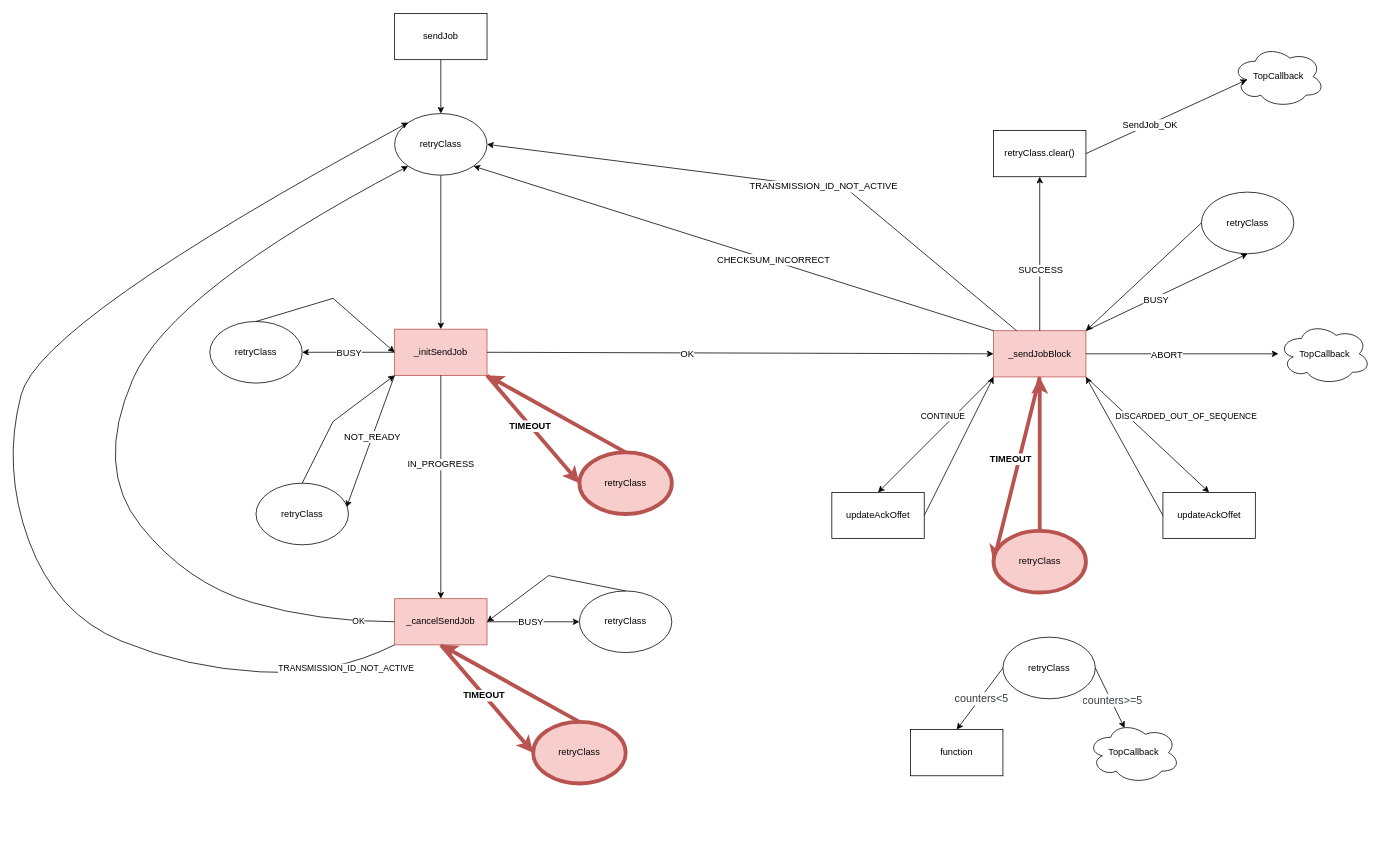
Earlier version of the draw.io diagram Untitled Diagram.drawio (woruyu/test). Source tidied: cells renumbered, new cells numbered last; positions are measured from the earlier drawing's top-left corner, leaving out a move shared by most shapes. Both pictures are drawn from the tidied source at 77%, with x=0, y=0 at pixel (2, 13).
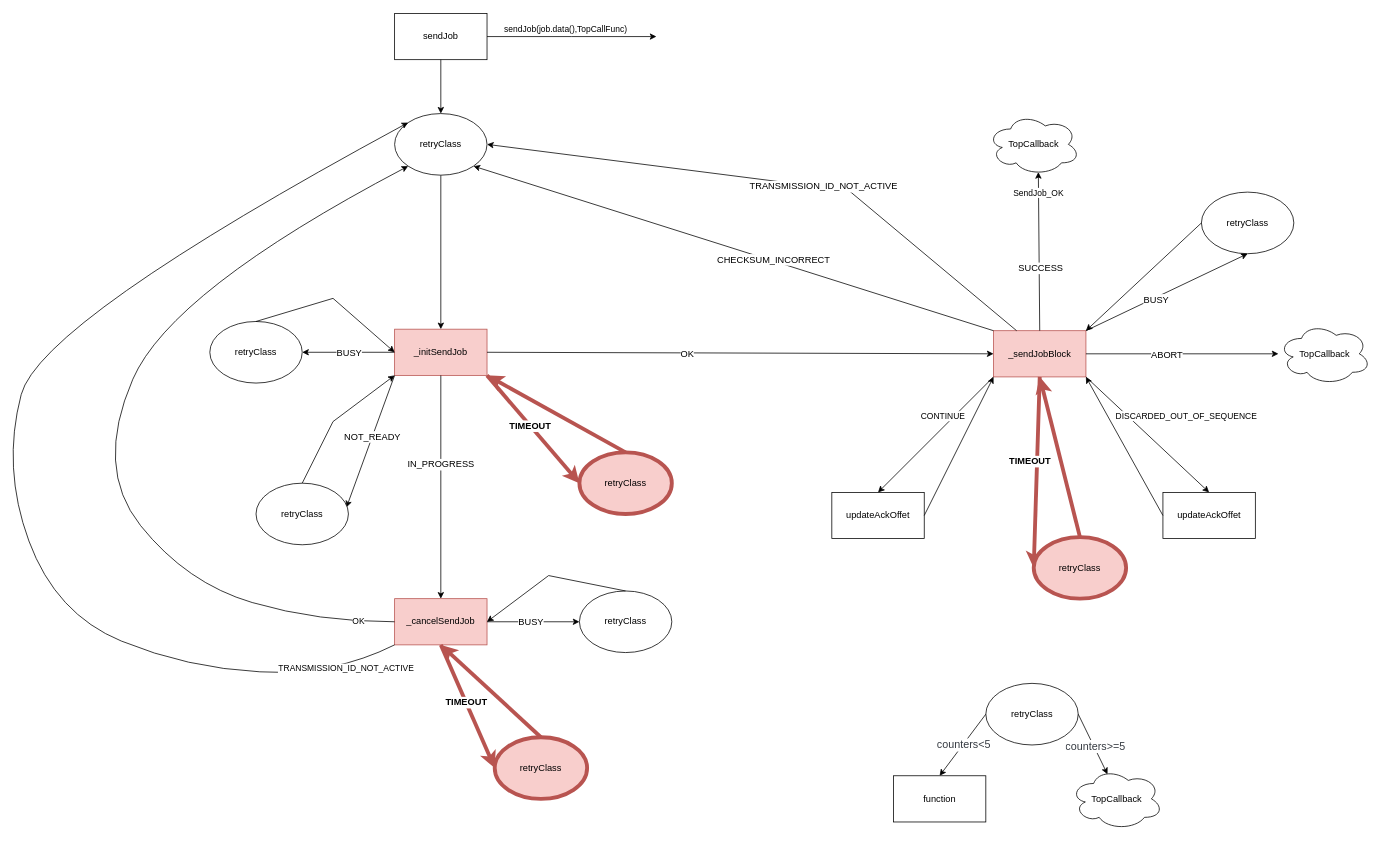
The same page after the edit.

Unchanged cells that the change refers to:
```xml
<mxCell id="2" value="sendJob" style="rounded=0;whiteSpace=wrap;html=1;" parent="1" vertex="1">
  <mxGeometry x="510" width="120" height="60" as="geometry" />
</mxCell>
<mxCell id="9" value="_sendJobBlock" style="rounded=0;whiteSpace=wrap;html=1;strokeColor=#b85450;align=center;verticalAlign=middle;fontFamily=Helvetica;fontSize=12;fillColor=#f8cecc;" parent="1" vertex="1">
  <mxGeometry x="1287.8" y="412" width="120" height="60" as="geometry" />
</mxCell>
```

The edit, as a diff of the source:
```diff
@@
+    <mxCell id="73" style="edgeStyle=orthogonalEdgeStyle;rounded=0;jettySize=auto;html=1;exitX=1;exitY=0.5;exitDx=0;exitDy=0;" parent="1" edge="1" source="2">
+      <mxGeometry relative="1" as="geometry">
+        <mxPoint x="850" y="30" as="targetPoint" />
+      </mxGeometry>
+    </mxCell>
+    <mxCell id="74" value="sendJob(job.data(),TopCallFunc)" style="edgeLabel;html=1;align=center;verticalAlign=middle;" parent="73" vertex="1">
+      <mxGeometry x="-0.14" y="-1" relative="1" as="geometry">
+        <mxPoint x="6" y="-11" as="offset" />
+      </mxGeometry>
+    </mxCell>
@@
     <mxCell id="10" value="retryClass" style="ellipse;whiteSpace=wrap;html=1;rounded=0;strokeColor=default;align=center;verticalAlign=middle;fontFamily=Helvetica;fontSize=12;fontColor=default;fillColor=default;" parent="1" vertex="1">
-      <mxGeometry x="1300" y="810" width="120" height="80" as="geometry" />
+      <mxGeometry x="1277.8" y="870" width="120" height="80" as="geometry" />
     </mxCell>
     <mxCell id="11" style="endArrow=classic;html=1;rounded=0;fontFamily=Helvetica;fontSize=12;fontColor=default;exitX=0;exitY=0.5;exitDx=0;exitDy=0;" parent="1" edge="1" source="10">
       <mxGeometry relative="1" as="geometry">
-        <mxPoint x="1240" y="930" as="targetPoint" />
+        <mxPoint x="1217.8" y="990" as="targetPoint" />
       </mxGeometry>
     </mxCell>
@@
     <mxCell id="15" value="function" style="rounded=0;whiteSpace=wrap;html=1;strokeColor=default;align=center;verticalAlign=middle;fontFamily=Helvetica;fontSize=12;fontColor=default;fillColor=default;" parent="1" vertex="1">
-      <mxGeometry x="1180" y="930" width="120" height="60" as="geometry" />
+      <mxGeometry x="1157.8" y="990" width="120" height="60" as="geometry" />
     </mxCell>
@@
     <mxCell id="31" value="TopCallback" style="ellipse;shape=cloud;whiteSpace=wrap;html=1;rounded=0;strokeColor=default;align=center;verticalAlign=middle;fontFamily=Helvetica;fontSize=12;fontColor=default;fillColor=default;" parent="1" vertex="1">
-      <mxGeometry x="1410" y="920" width="120" height="80" as="geometry" />
+      <mxGeometry x="1387.8" y="980" width="120" height="80" as="geometry" />
     </mxCell>
@@
-    <mxCell id="36" style="endArrow=classic;html=1;rounded=0;fontFamily=Helvetica;fontSize=12;fontColor=default;exitX=0.5;exitY=0;exitDx=0;exitDy=0;entryX=0.5;entryY=1;entryDx=0;entryDy=0;" parent="1" edge="1" source="9" target="38">
+    <mxCell id="36" style="endArrow=classic;html=1;rounded=0;fontFamily=Helvetica;fontSize=12;fontColor=default;exitX=0.5;exitY=0;exitDx=0;exitDy=0;entryX=0.55;entryY=0.95;entryDx=0;entryDy=0;entryPerimeter=0;" parent="1" edge="1" source="9" target="39">
       <mxGeometry relative="1" as="geometry" />
     </mxCell>
@@
-    <mxCell id="38" value="retryClass.clear()" style="rounded=0;whiteSpace=wrap;html=1;strokeColor=default;align=center;verticalAlign=middle;fontFamily=Helvetica;fontSize=12;fontColor=default;fillColor=default;" parent="1" vertex="1">
-      <mxGeometry x="1287.8" y="152" width="120" height="60" as="geometry" />
-    </mxCell>
+    <mxCell id="41" value="SendJob_OK" style="edgeLabel;html=1;align=center;verticalAlign=middle;" parent="36" vertex="1">
+      <mxGeometry x="0.75" y="1" relative="1" as="geometry" />
+    </mxCell>
     <mxCell id="39" value="TopCallback" style="ellipse;shape=cloud;whiteSpace=wrap;html=1;rounded=0;strokeColor=default;align=center;verticalAlign=middle;fontFamily=Helvetica;fontSize=12;fontColor=default;fillColor=default;" parent="1" vertex="1">
-      <mxGeometry x="1597.8" y="42" width="120" height="80" as="geometry" />
+      <mxGeometry x="1280" y="130" width="120" height="80" as="geometry" />
     </mxCell>
-    <mxCell id="40" style="endArrow=classic;html=1;rounded=0;fontFamily=Helvetica;fontSize=12;fontColor=default;entryX=0.16;entryY=0.55;entryDx=0;entryDy=0;entryPerimeter=0;" parent="1" edge="1" target="39">
-      <mxGeometry relative="1" as="geometry">
-        <mxPoint x="1407.8" y="182" as="sourcePoint" />
-      </mxGeometry>
-    </mxCell>
-    <mxCell id="41" value="SendJob_OK" style="edgeLabel;html=1;align=center;verticalAlign=middle;rounded=0;strokeColor=default;fontFamily=Helvetica;fontSize=12;fontColor=default;fillColor=default;" parent="40" vertex="1">
-      <mxGeometry x="-0.21" y="-1" relative="1" as="geometry" />
-    </mxCell>
@@
     <mxCell id="61" value="retryClass" style="ellipse;whiteSpace=wrap;html=1;rounded=0;strokeColor=#b85450;align=center;verticalAlign=middle;fontFamily=Helvetica;fontSize=12;fillColor=#f8cecc;strokeWidth=5;" parent="1" vertex="1">
-      <mxGeometry x="690" y="920" width="120" height="80" as="geometry" />
+      <mxGeometry x="640" y="940" width="120" height="80" as="geometry" />
     </mxCell>
@@
     <mxCell id="71" value="retryClass" style="ellipse;whiteSpace=wrap;html=1;rounded=0;strokeColor=#b85450;align=center;verticalAlign=middle;fontFamily=Helvetica;fontSize=12;fillColor=#f8cecc;strokeWidth=5;" parent="1" vertex="1">
-      <mxGeometry x="1287.8" y="672" width="120" height="80" as="geometry" />
+      <mxGeometry x="1340" y="680" width="120" height="80" as="geometry" />
     </mxCell>
```
